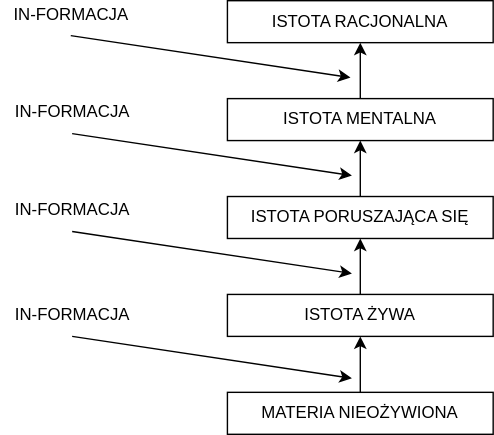
Earlier version of the draw.io export images/ep-06-hierarchia-arystotelesa.svg (lyckantropen/awakening-pl). Source tidied: cells renumbered, new cells last; positions are measured from the earlier drawing's top-left corner, leaving out a move shared by most shapes.
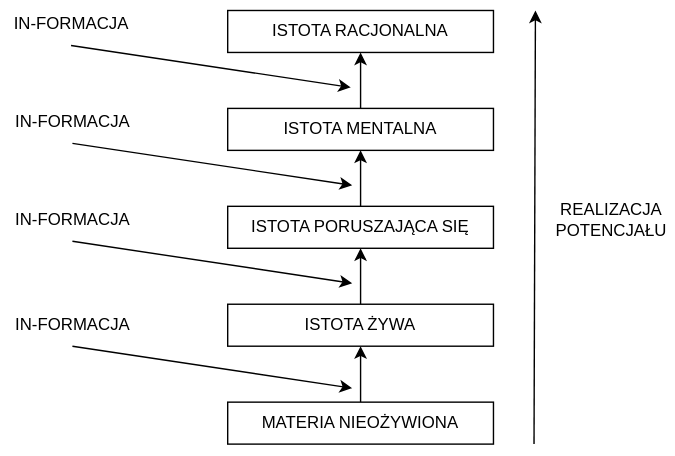
Later version of the same file.

What changed in the source:
```diff
@@ -65,5 +65,14 @@
         <mxPoint x="250" y="55" as="targetPoint" />
       </mxGeometry>
     </mxCell>
+    <mxCell id="19" style="endArrow=classic;html=1;rounded=0;" parent="1" edge="1">
+      <mxGeometry relative="1" as="geometry">
+        <mxPoint x="381" y="310" as="sourcePoint" />
+        <mxPoint x="382" as="targetPoint" />
+      </mxGeometry>
+    </mxCell>
+    <mxCell id="20" value="REALIZACJA&lt;br&gt;POTENCJAŁU" style="text;html=1;align=center;verticalAlign=middle;strokeColor=none;fillColor=none;" parent="1" vertex="1">
+      <mxGeometry x="391" y="135" width="90" height="30" as="geometry" />
+    </mxCell>
   </root>
 </mxGraphModel>
```
